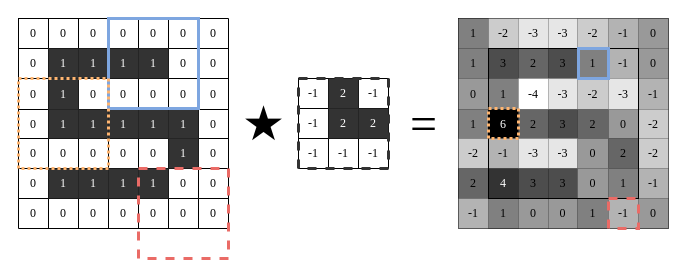
Above: page "comvolition-matrix" (7 of 9) of img/layers.drawio in dragoon8192/LaundryTag (draw.io), before the change. Source tidied: cells renumbered, new cells numbered last; positions are measured from the earlier drawing's top-left corner, leaving out a move shared by most shapes. Both pictures are drawn from the tidied source at 100%, with x=0, y=0 at pixel (18, 18).
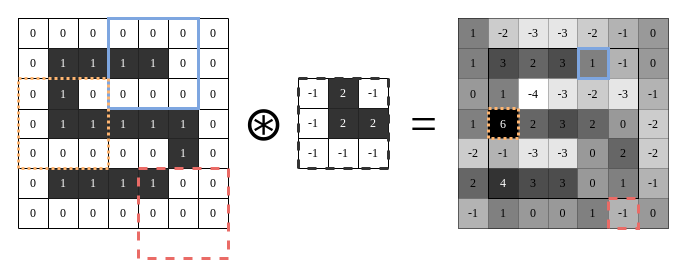
The same diagram, later.

Diff of the diagram source:
```diff
@@
-    <mxCell id="117" value="&lt;font style=&quot;font-size: 48px;&quot; color=&quot;#000000&quot;&gt;★&lt;/font&gt;" style="text;html=1;align=center;verticalAlign=middle;strokeColor=none;fillColor=none;fontFamily=Times New Roman;fontColor=#FFFFFF;" parent="1" vertex="1">
-      <mxGeometry x="210" y="70" width="70" height="70" as="geometry" />
+    <mxCell id="117" value="&lt;font color=&quot;#000000&quot;&gt;&lt;span style=&quot;font-size: 48px;&quot;&gt;⊛&lt;/span&gt;&lt;/font&gt;" style="text;html=1;align=center;verticalAlign=middle;strokeColor=none;fillColor=none;fontFamily=Times New Roman;fontColor=#FFFFFF;" parent="1" vertex="1">
+      <mxGeometry x="215" y="70" width="60" height="70" as="geometry" />
     </mxCell>
```
